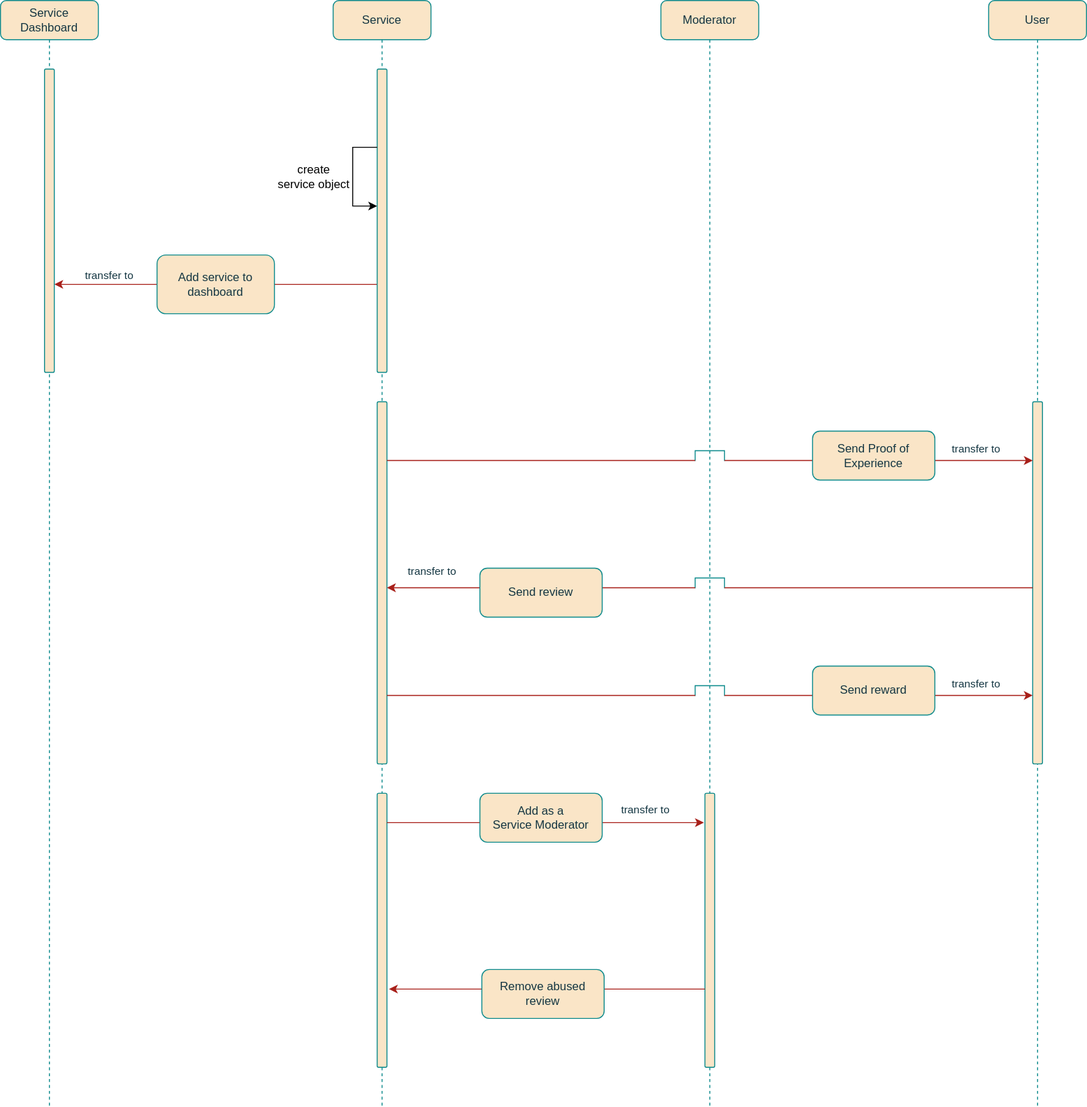
The draw.io diagram Seq_Diagram.drawio.svg in devan-ko/rating_poc, before a commit. Source tidied: cells renumbered, new cells last; positions are measured from the earlier drawing's top-left corner, leaving out a move shared by most shapes.
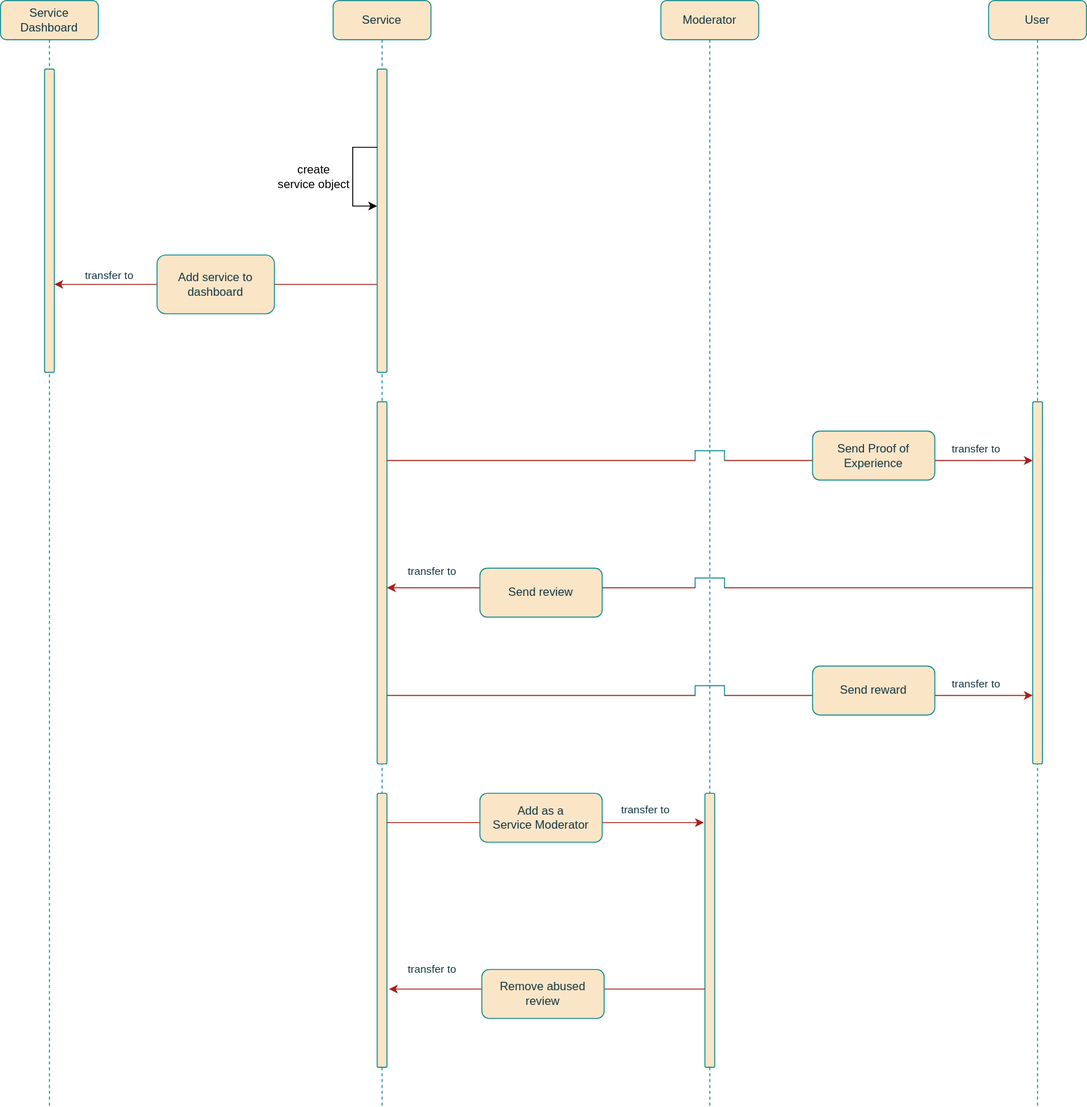
After the commit.

Change to the diagram source:
```diff
@@ -153,5 +153,8 @@
     <mxCell id="37" value="Add as a &lt;br&gt;Service Moderator" style="html=1;whiteSpace=wrap;labelBackgroundColor=none;rounded=1;fillColor=#FAE5C7;strokeColor=#0F8B8D;fontColor=#143642;" parent="1" vertex="1">
       <mxGeometry x="490" y="810" width="125" height="50" as="geometry" />
     </mxCell>
+    <mxCell id="38" value="transfer to" style="edgeLabel;html=1;align=center;verticalAlign=middle;labelBackgroundColor=none;fontColor=#143642;" parent="1" vertex="1">
+      <mxGeometry x="440" y="990" as="geometry" />
+    </mxCell>
   </root>
 </mxGraphModel>
```
